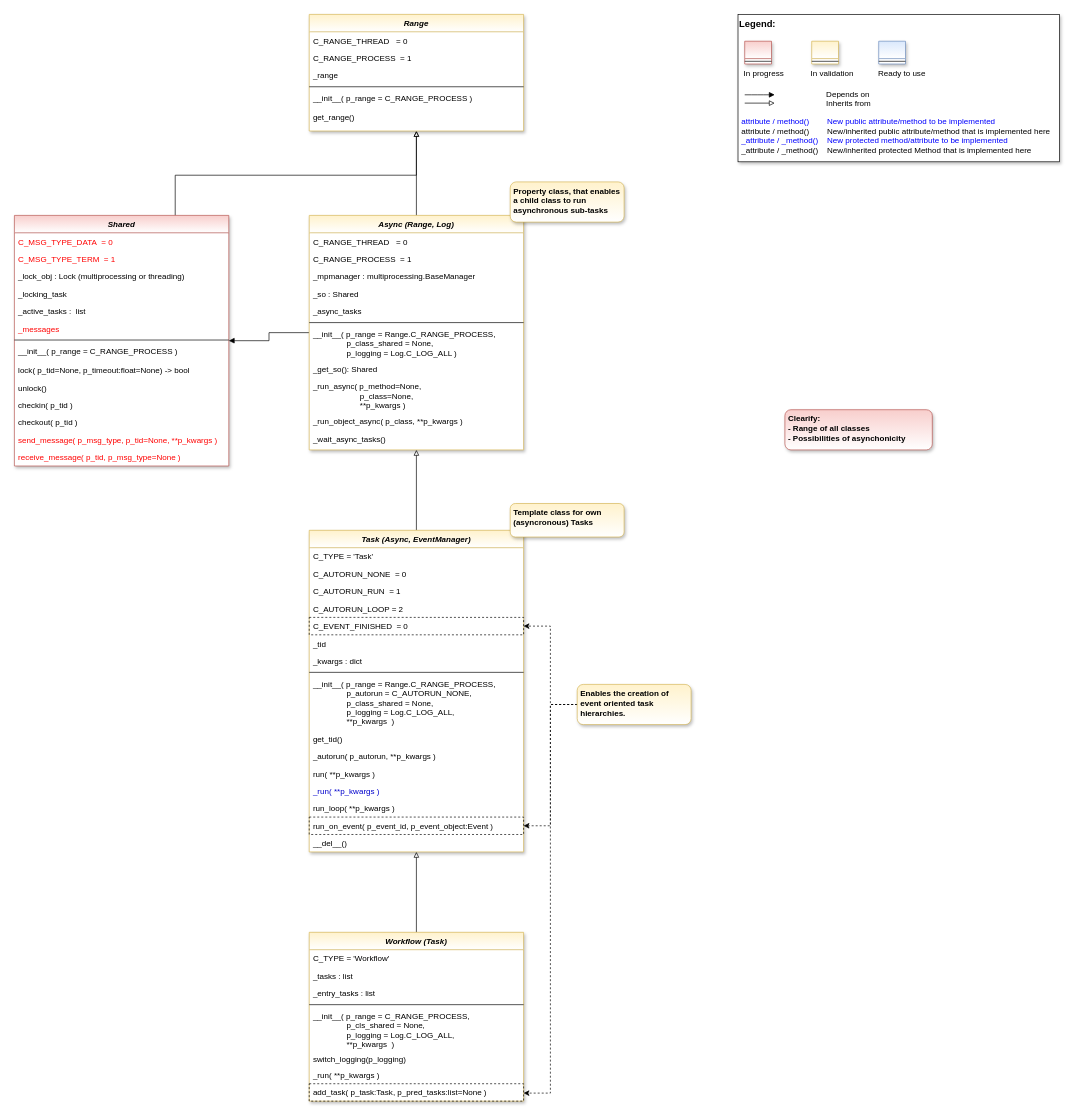
This is doc/rtd/content/append2/core/images/bf/MLPro-BF-MT_class_diagram.drawio from fhswf/MLPro, a draw.io file, before an edit. Source tidied: cells renumbered, new cells numbered last; positions are measured from the earlier drawing's top-left corner, leaving out a move shared by most shapes. Both pictures are drawn from the tidied source at 67%, with x=0, y=0 at pixel (14, 14).
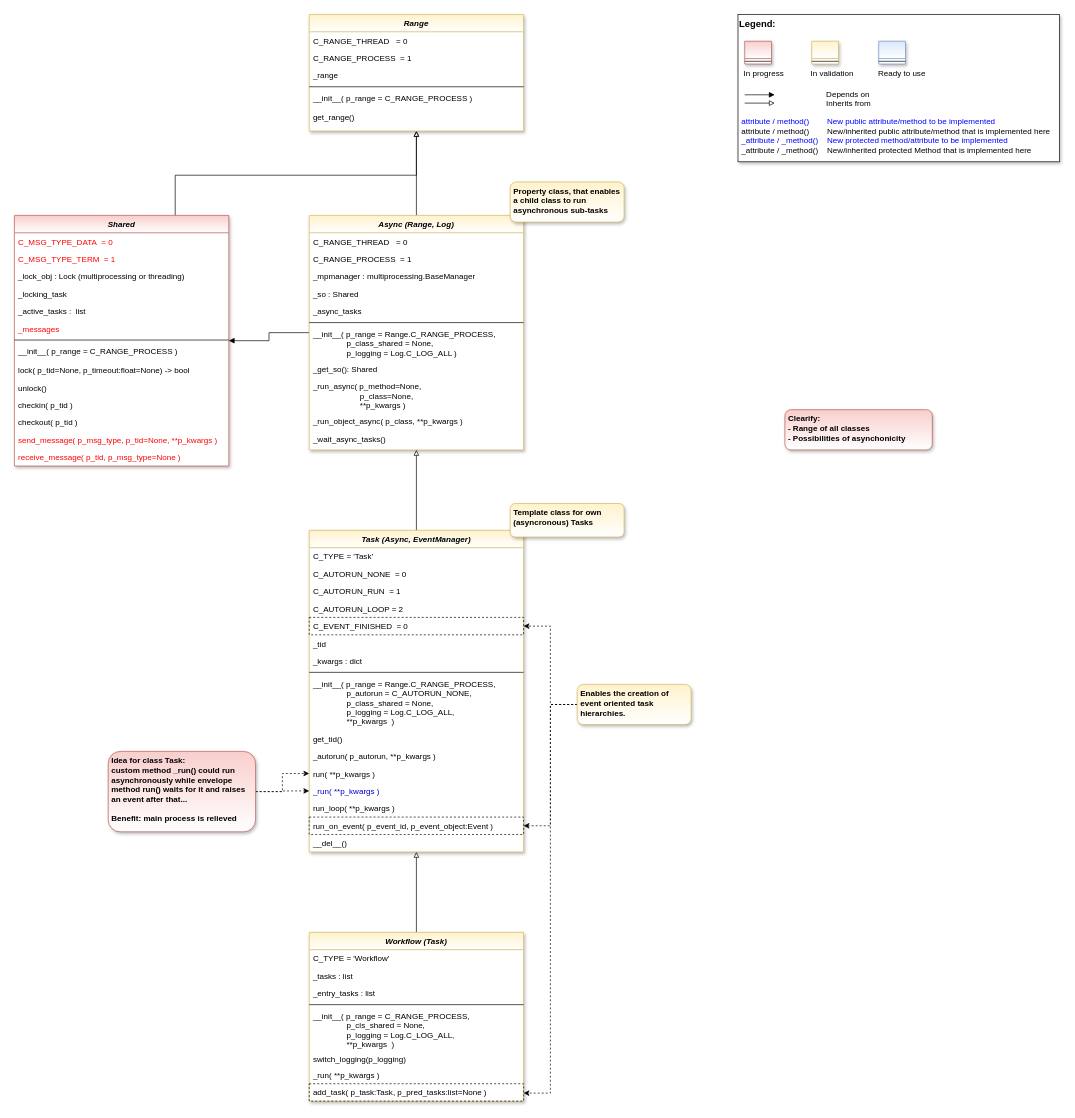
Above is the later version.

Unchanged cells that the change refers to:
```xml
<mxCell id="56" value="run( **p_kwargs )" style="text;align=left;verticalAlign=top;spacingLeft=4;spacingRight=4;overflow=hidden;points=[[0,0.5],[1,0.5]];portConstraint=eastwest;" parent="44" vertex="1">
  <mxGeometry y="350" width="320" height="26" as="geometry" />
</mxCell>
<mxCell id="57" value="_run( **p_kwargs )" style="text;align=left;verticalAlign=top;spacingLeft=4;spacingRight=4;overflow=hidden;points=[[0,0.5],[1,0.5]];portConstraint=eastwest;fontColor=#0000CC;" parent="44" vertex="1">
  <mxGeometry y="376" width="320" height="26" as="geometry" />
</mxCell>
```

Change to the diagram source:
```diff
@@
+    <mxCell id="84" style="edgeStyle=orthogonalEdgeStyle;rounded=0;jettySize=auto;html=1;dashed=1;" parent="1" edge="1" source="86" target="57">
+      <mxGeometry relative="1" as="geometry" />
+    </mxCell>
+    <mxCell id="85" style="edgeStyle=orthogonalEdgeStyle;rounded=0;jettySize=auto;html=1;dashed=1;" parent="1" edge="1" source="86" target="56">
+      <mxGeometry relative="1" as="geometry" />
+    </mxCell>
+    <mxCell id="86" value="Idea for class Task:&lt;br&gt;custom method _run() could run asynchronously while envelope method run() waits for it and raises an event after that...&lt;br&gt;&lt;br&gt;Benefit: main process is relieved" style="rounded=1;whiteSpace=wrap;html=1;fillColor=#f8cecc;strokeColor=#b85450;shadow=1;fontStyle=1;align=left;verticalAlign=top;spacingRight=3;spacingLeft=3;gradientColor=#FFFFFF;" parent="1" vertex="1">
+      <mxGeometry x="140" y="1100" width="220" height="120" as="geometry" />
+    </mxCell>
```
